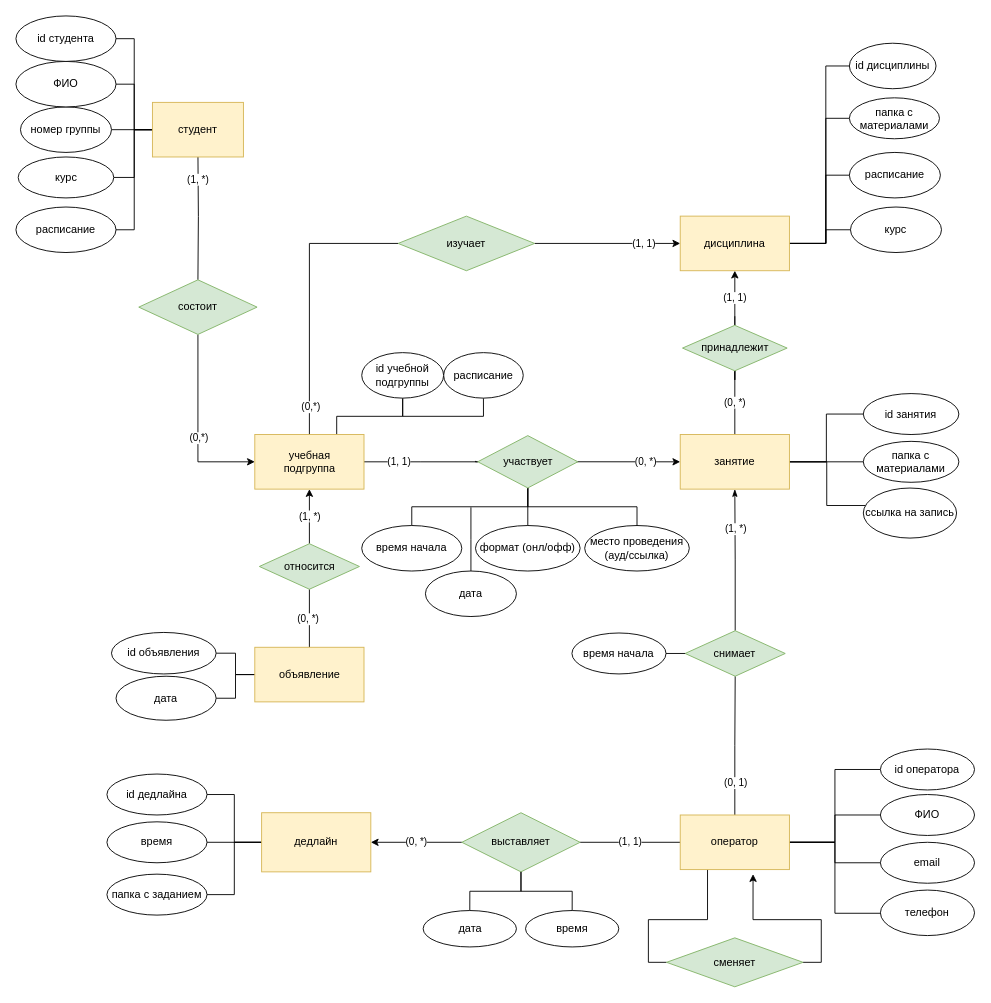
This is Untitled Diagram.drawio from goozlike/LectorPlus-database, a draw.io file, before an edit. Source tidied: cells renumbered, new cells numbered last; positions are measured from the earlier drawing's top-left corner, leaving out a move shared by most shapes. Both pictures are drawn from the tidied source at 91%, with x=0, y=0 at pixel (15, 15).
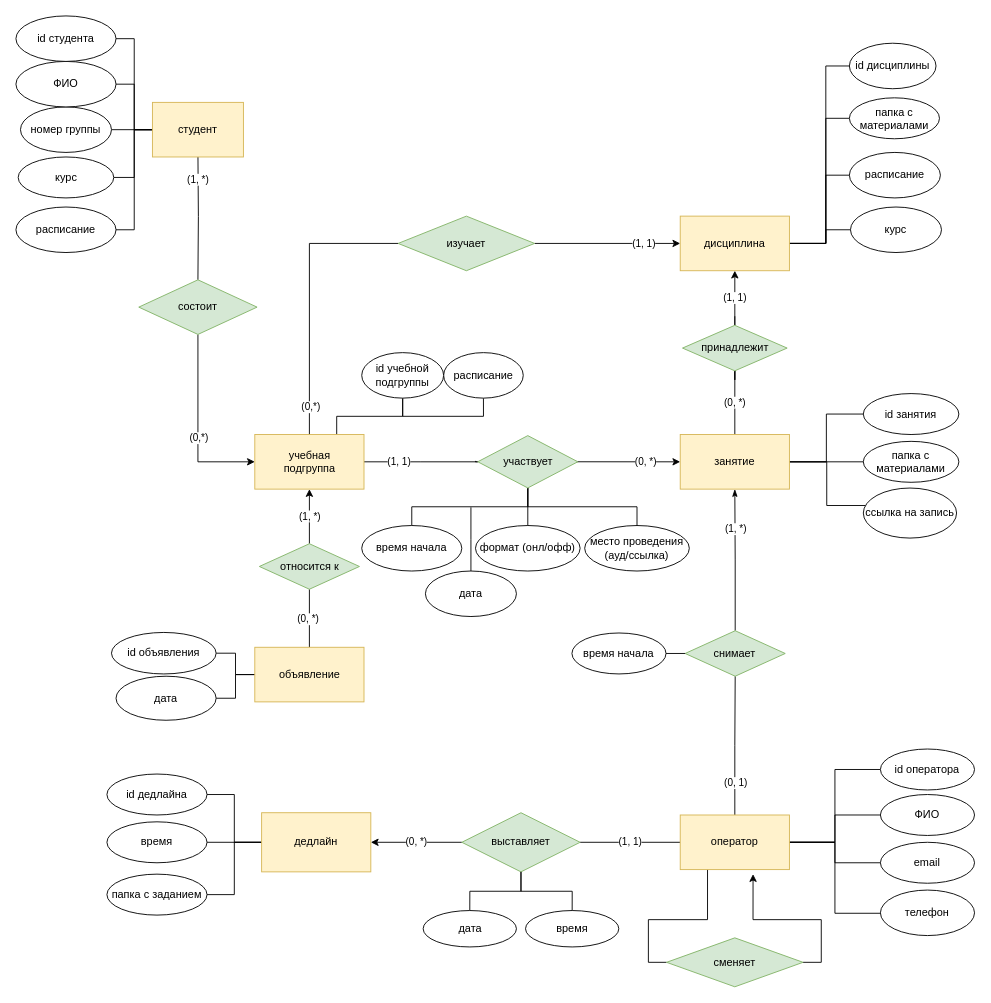
The same page after the edit.

What changed in the source:
```diff
@@
-    <mxCell id="86" value="относится" style="rhombus;whiteSpace=wrap;html=1;fillColor=#d5e8d4;strokeColor=#82b366;" parent="1" vertex="1">
+    <mxCell id="86" value="относится к" style="rhombus;whiteSpace=wrap;html=1;fillColor=#d5e8d4;strokeColor=#82b366;" parent="1" vertex="1">
       <mxGeometry x="267.5" y="580" width="110" height="50" as="geometry" />
     </mxCell>
```
